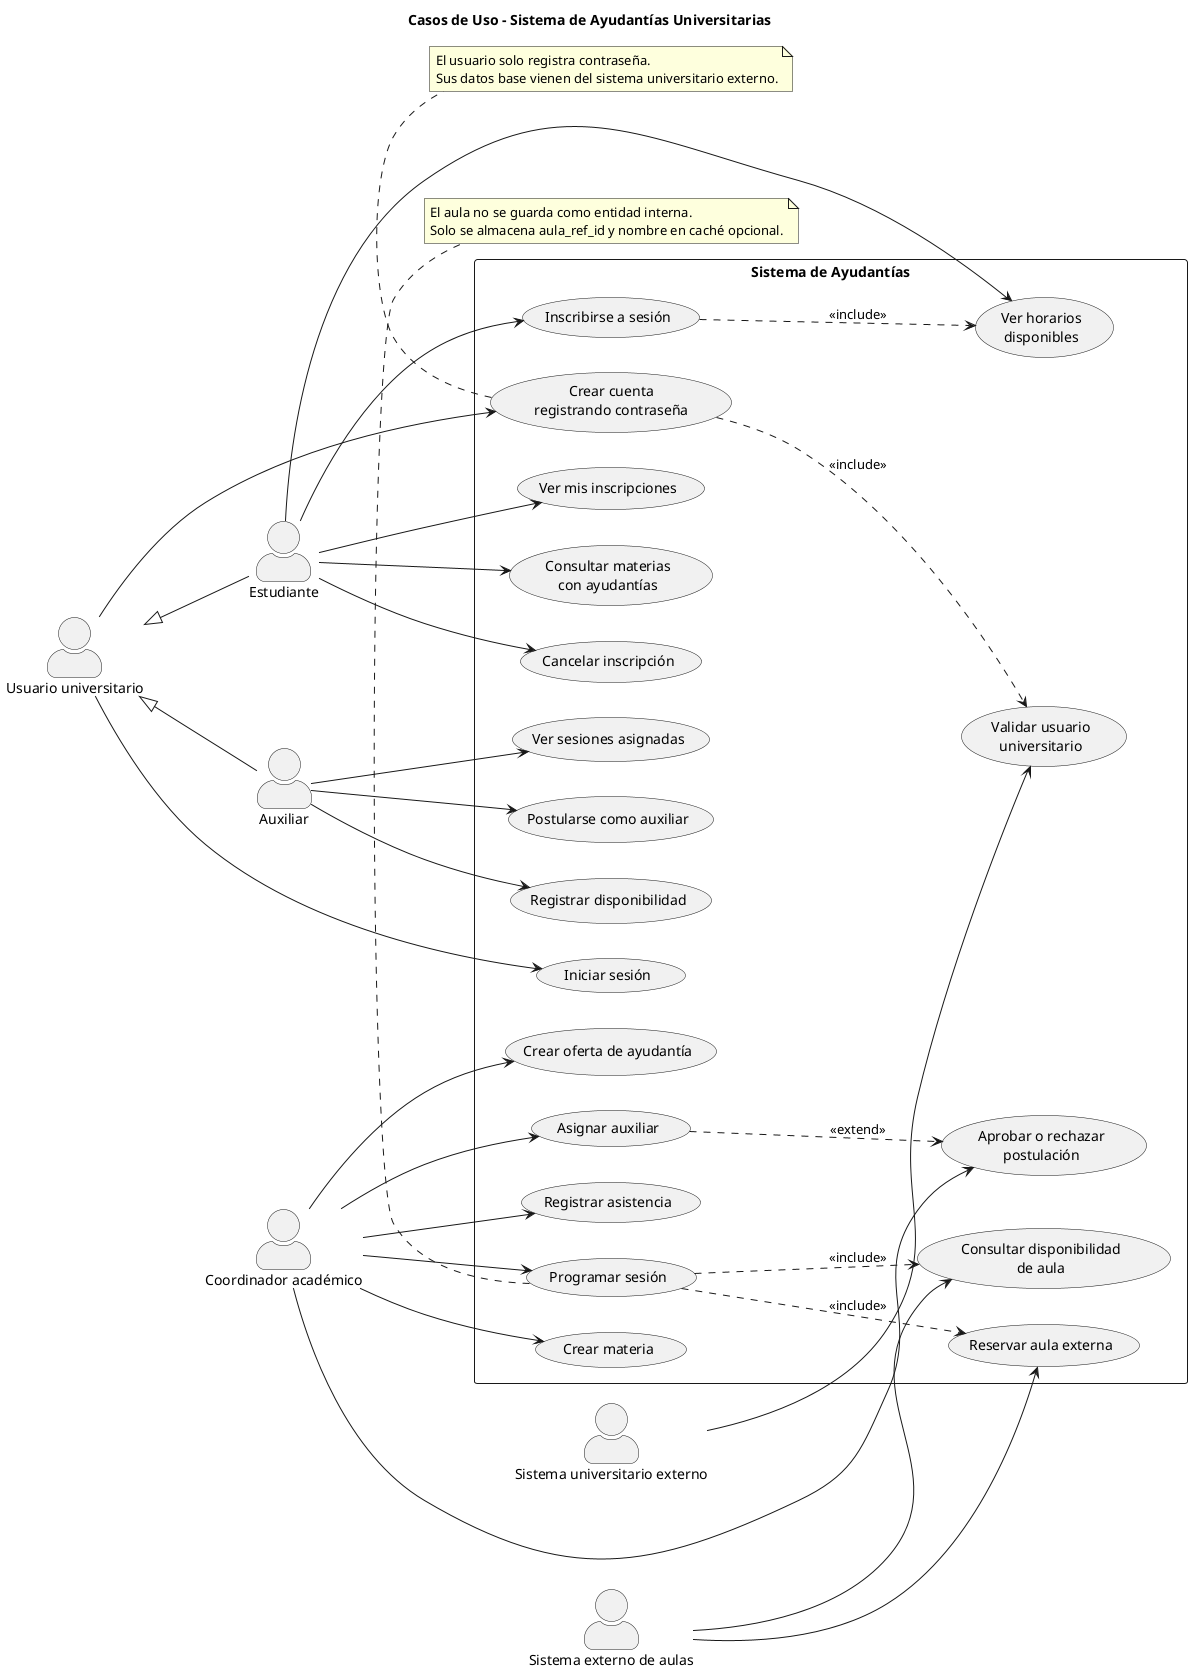
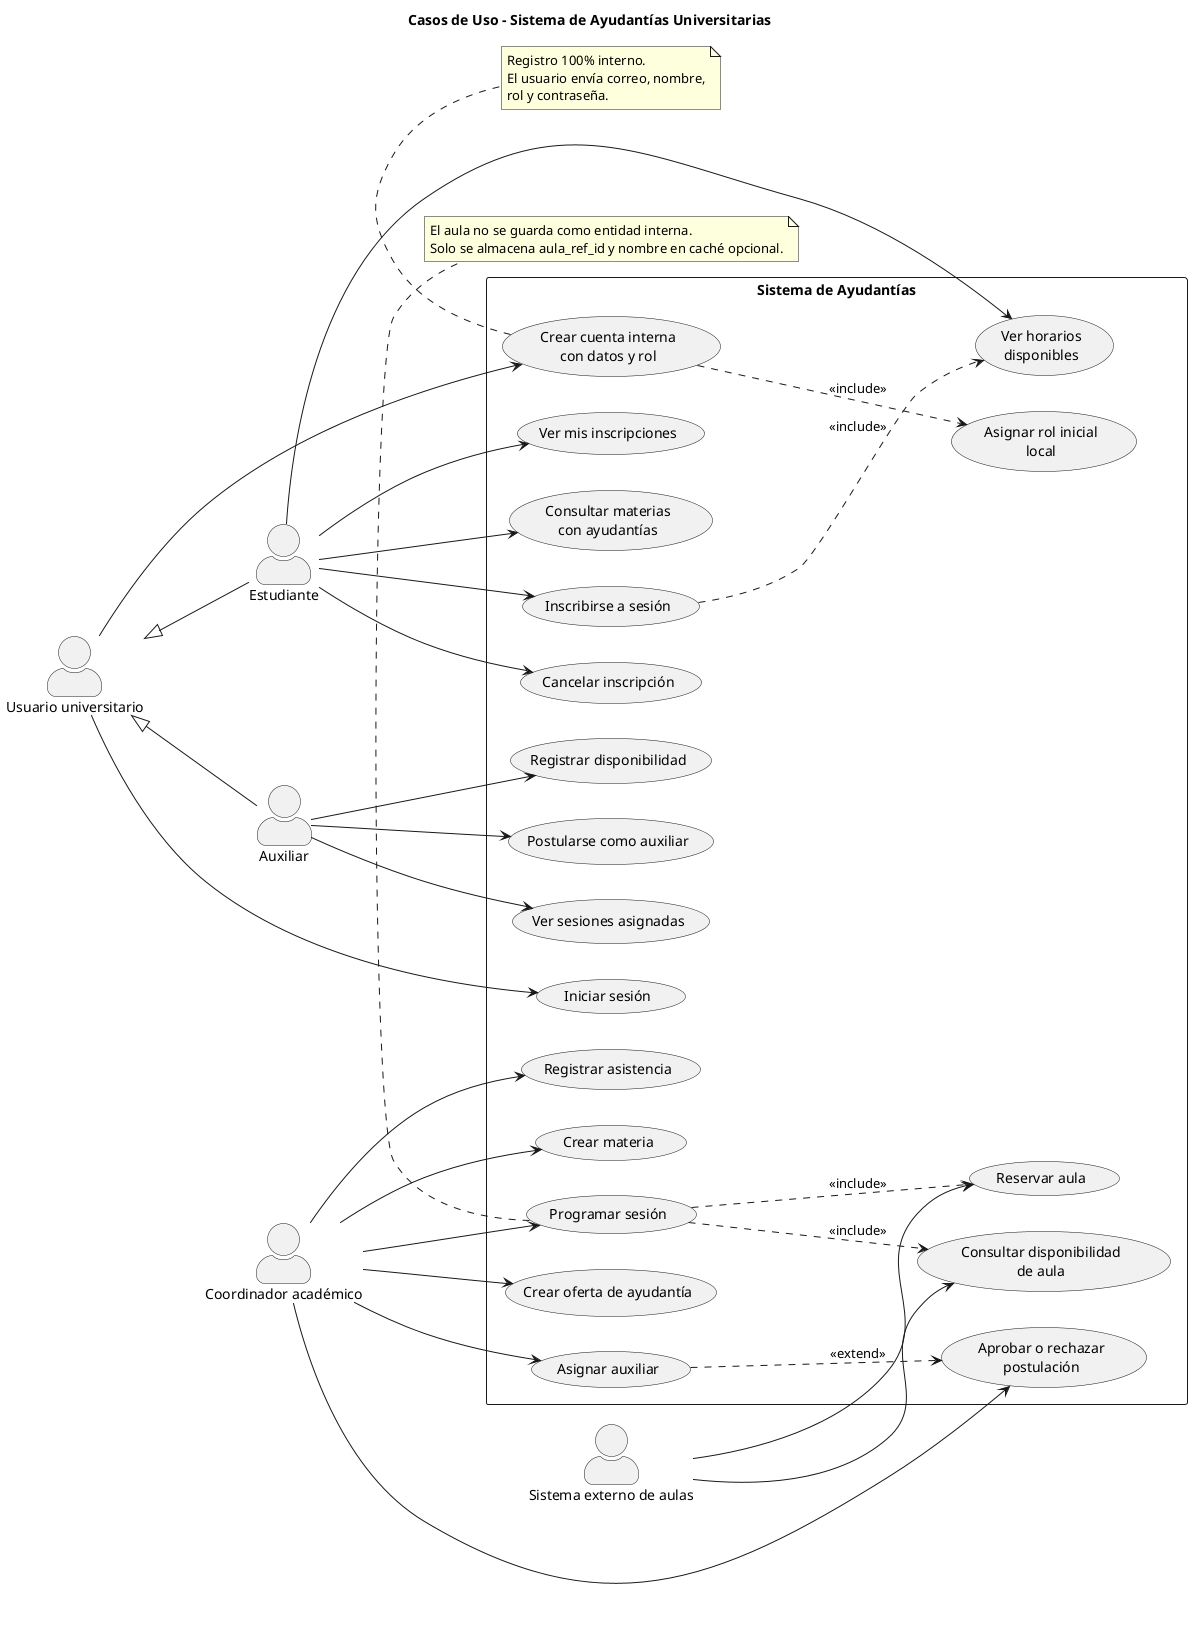
@startuml
- ' ============================================================
- ' DIAGRAMA DE CASOS DE USO - Sistema de Ayudantías Universitarias
- ' ============================================================
- 
left to right direction
skinparam shadowing false
skinparam packageStyle rectangle
skinparam actorStyle awesome

title Casos de Uso - Sistema de Ayudantías Universitarias

actor "Usuario universitario" as Usuario
actor "Estudiante" as Estudiante
actor "Auxiliar" as Auxiliar
actor "Coordinador académico" as Coordinador
- actor "Sistema universitario externo" as Directorio
actor "Sistema externo de aulas" as Aulas

Usuario <|-- Estudiante
Usuario <|-- Auxiliar

rectangle "Sistema de Ayudantías" {

-   usecase "Crear cuenta\nregistrando contraseña" as UC_CrearCuenta
+   usecase "Crear cuenta interna\ncon datos y rol" as UC_CrearCuenta
  usecase "Iniciar sesión" as UC_Login
-   usecase "Validar usuario\nuniversitario" as UC_ValidarUsuario
+   usecase "Asignar rol inicial\nlocal" as UC_AsignarRolInicial

  usecase "Consultar materias\ncon ayudantías" as UC_ConsultarMaterias
  usecase "Ver horarios\ndisponibles" as UC_VerHorarios
  usecase "Inscribirse a sesión" as UC_Inscribirse
  usecase "Cancelar inscripción" as UC_CancelarInscripcion
  usecase "Ver mis inscripciones" as UC_VerInscripciones

  usecase "Postularse como auxiliar" as UC_PostularAuxiliar
  usecase "Registrar disponibilidad" as UC_Disponibilidad
  usecase "Ver sesiones asignadas" as UC_VerSesionesAuxiliar

  usecase "Crear materia" as UC_CrearMateria
  usecase "Crear oferta de ayudantía" as UC_CrearOferta
  usecase "Programar sesión" as UC_ProgramarSesion
  usecase "Asignar auxiliar" as UC_AsignarAuxiliar
  usecase "Aprobar o rechazar\npostulación" as UC_RevisarPostulacion
  usecase "Registrar asistencia" as UC_RegistrarAsistencia

  usecase "Consultar disponibilidad\nde aula" as UC_ConsultarAula
-   usecase "Reservar aula externa" as UC_ReservarAula
+   usecase "Reservar aula" as UC_ReservarAula
}

Usuario --> UC_CrearCuenta
Usuario --> UC_Login

Estudiante --> UC_ConsultarMaterias
Estudiante --> UC_VerHorarios
Estudiante --> UC_Inscribirse
Estudiante --> UC_CancelarInscripcion
Estudiante --> UC_VerInscripciones

Auxiliar --> UC_PostularAuxiliar
Auxiliar --> UC_Disponibilidad
Auxiliar --> UC_VerSesionesAuxiliar

Coordinador --> UC_CrearMateria
Coordinador --> UC_CrearOferta
Coordinador --> UC_ProgramarSesion
Coordinador --> UC_AsignarAuxiliar
Coordinador --> UC_RevisarPostulacion
Coordinador --> UC_RegistrarAsistencia

- UC_CrearCuenta ..> UC_ValidarUsuario : <<include>>
+ UC_CrearCuenta ..> UC_AsignarRolInicial : <<include>>
UC_ProgramarSesion ..> UC_ConsultarAula : <<include>>
UC_ProgramarSesion ..> UC_ReservarAula : <<include>>
UC_Inscribirse ..> UC_VerHorarios : <<include>>
UC_AsignarAuxiliar ..> UC_RevisarPostulacion : <<extend>>

- Directorio --> UC_ValidarUsuario
Aulas --> UC_ConsultarAula
Aulas --> UC_ReservarAula

note bottom of UC_CrearCuenta
-   El usuario solo registra contraseña.
-   Sus datos base vienen del sistema universitario externo.
+   Registro 100% interno.
+   El usuario envía correo, nombre,
+   rol y contraseña.
end note

note bottom of UC_ProgramarSesion
  El aula no se guarda como entidad interna.
  Solo se almacena aula_ref_id y nombre en caché opcional.
end note

@enduml
